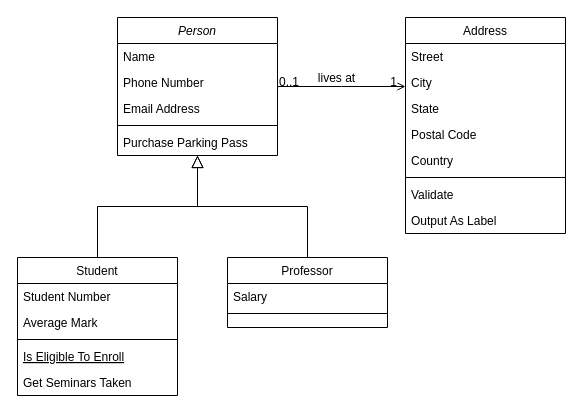
niuniu268/grupparbet5 keeps this draw.io diagram as images/Untitled Diagram.drawio. Above is the earlier version. Source tidied: cells renumbered, new cells numbered last; positions are measured from the earlier drawing's top-left corner, leaving out a move shared by most shapes. Both pictures are drawn from the tidied source at 100%, with x=0, y=0 at pixel (17, 17).
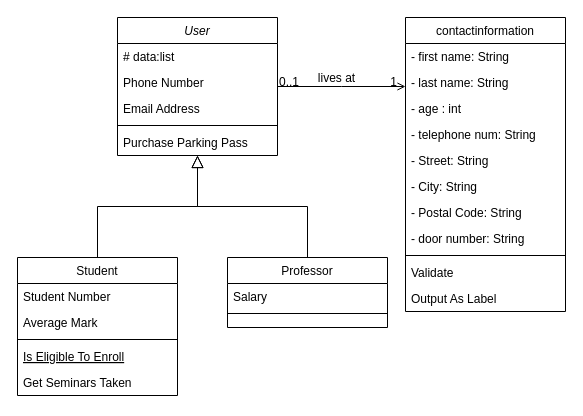
The same diagram, later.

The edit, as a diff of the source:
```diff
@@
-    <mxCell id="2" value="Person" style="swimlane;fontStyle=2;align=center;verticalAlign=top;horizontal=1;startSize=26;rounded=0;shadow=0;strokeWidth=1;" parent="1" vertex="1">
+    <mxCell id="2" value="User" style="swimlane;fontStyle=2;align=center;verticalAlign=top;horizontal=1;startSize=26;rounded=0;shadow=0;strokeWidth=1;" parent="1" vertex="1">
       <mxGeometry x="100" width="160" height="138" as="geometry" />
     </mxCell>
-    <mxCell id="3" value="Name" style="text;align=left;verticalAlign=top;spacingLeft=4;spacingRight=4;overflow=hidden;" parent="2" vertex="1">
+    <mxCell id="3" value="# data:list" style="text;align=left;verticalAlign=top;spacingLeft=4;spacingRight=4;overflow=hidden;" parent="2" vertex="1">
       <mxGeometry y="26" width="160" height="26" as="geometry" />
     </mxCell>
@@
-    <mxCell id="19" value="Address" style="swimlane;fontStyle=0;align=center;verticalAlign=top;horizontal=1;startSize=26;rounded=0;shadow=0;strokeWidth=1;" parent="1" vertex="1">
-      <mxGeometry x="388" width="160" height="216" as="geometry" />
+    <mxCell id="19" value="contactinformation" style="swimlane;fontStyle=0;align=center;verticalAlign=top;horizontal=1;startSize=26;rounded=0;shadow=0;strokeWidth=1;" parent="1" vertex="1">
+      <mxGeometry x="388" width="160" height="294" as="geometry" />
     </mxCell>
+    <mxCell id="32" value="- first name: String" style="text;align=left;verticalAlign=top;spacingLeft=4;spacingRight=4;overflow=hidden;rounded=0;shadow=0;html=0;" parent="19" vertex="1">
+      <mxGeometry y="26" width="160" height="26" as="geometry" />
+    </mxCell>
+    <mxCell id="33" value="- last name: String" style="text;align=left;verticalAlign=top;spacingLeft=4;spacingRight=4;overflow=hidden;rounded=0;shadow=0;html=0;" parent="19" vertex="1">
+      <mxGeometry y="52" width="160" height="26" as="geometry" />
+    </mxCell>
+    <mxCell id="34" value="- age : int" style="text;align=left;verticalAlign=top;spacingLeft=4;spacingRight=4;overflow=hidden;rounded=0;shadow=0;html=0;" parent="19" vertex="1">
+      <mxGeometry y="78" width="160" height="26" as="geometry" />
+    </mxCell>
+    <mxCell id="35" value="- telephone num: String" style="text;align=left;verticalAlign=top;spacingLeft=4;spacingRight=4;overflow=hidden;rounded=0;shadow=0;html=0;" parent="19" vertex="1">
+      <mxGeometry y="104" width="160" height="26" as="geometry" />
+    </mxCell>
-    <mxCell id="20" value="Street" style="text;align=left;verticalAlign=top;spacingLeft=4;spacingRight=4;overflow=hidden;" parent="19" vertex="1">
-      <mxGeometry y="26" width="160" height="26" as="geometry" />
+    <mxCell id="20" value="- Street: String" style="text;align=left;verticalAlign=top;spacingLeft=4;spacingRight=4;overflow=hidden;" parent="19" vertex="1">
+      <mxGeometry y="130" width="160" height="26" as="geometry" />
     </mxCell>
-    <mxCell id="21" value="City" style="text;align=left;verticalAlign=top;spacingLeft=4;spacingRight=4;overflow=hidden;rounded=0;shadow=0;html=0;" parent="19" vertex="1">
-      <mxGeometry y="52" width="160" height="26" as="geometry" />
+    <mxCell id="21" value="- City: String" style="text;align=left;verticalAlign=top;spacingLeft=4;spacingRight=4;overflow=hidden;rounded=0;shadow=0;html=0;" parent="19" vertex="1">
+      <mxGeometry y="156" width="160" height="26" as="geometry" />
     </mxCell>
-    <mxCell id="22" value="State" style="text;align=left;verticalAlign=top;spacingLeft=4;spacingRight=4;overflow=hidden;rounded=0;shadow=0;html=0;" parent="19" vertex="1">
-      <mxGeometry y="78" width="160" height="26" as="geometry" />
-    </mxCell>
-    <mxCell id="23" value="Postal Code" style="text;align=left;verticalAlign=top;spacingLeft=4;spacingRight=4;overflow=hidden;rounded=0;shadow=0;html=0;" parent="19" vertex="1">
-      <mxGeometry y="104" width="160" height="26" as="geometry" />
+    <mxCell id="23" value="- Postal Code: String" style="text;align=left;verticalAlign=top;spacingLeft=4;spacingRight=4;overflow=hidden;rounded=0;shadow=0;html=0;" parent="19" vertex="1">
+      <mxGeometry y="182" width="160" height="26" as="geometry" />
     </mxCell>
-    <mxCell id="24" value="Country" style="text;align=left;verticalAlign=top;spacingLeft=4;spacingRight=4;overflow=hidden;rounded=0;shadow=0;html=0;" parent="19" vertex="1">
-      <mxGeometry y="130" width="160" height="26" as="geometry" />
+    <mxCell id="24" value="- door number: String&#10;" style="text;align=left;verticalAlign=top;spacingLeft=4;spacingRight=4;overflow=hidden;rounded=0;shadow=0;html=0;" parent="19" vertex="1">
+      <mxGeometry y="208" width="160" height="26" as="geometry" />
     </mxCell>
     <mxCell id="25" style="line;html=1;strokeWidth=1;align=left;verticalAlign=middle;spacingTop=-1;spacingLeft=3;spacingRight=3;labelPosition=right;" parent="19" vertex="1">
-      <mxGeometry y="156" width="160" height="8" as="geometry" />
+      <mxGeometry y="234" width="160" height="8" as="geometry" />
     </mxCell>
     <mxCell id="26" value="Validate" style="text;align=left;verticalAlign=top;spacingLeft=4;spacingRight=4;overflow=hidden;" parent="19" vertex="1">
-      <mxGeometry y="164" width="160" height="26" as="geometry" />
+      <mxGeometry y="242" width="160" height="26" as="geometry" />
     </mxCell>
     <mxCell id="27" value="Output As Label" style="text;align=left;verticalAlign=top;spacingLeft=4;spacingRight=4;overflow=hidden;" parent="19" vertex="1">
-      <mxGeometry y="190" width="160" height="26" as="geometry" />
+      <mxGeometry y="268" width="160" height="26" as="geometry" />
     </mxCell>
```
